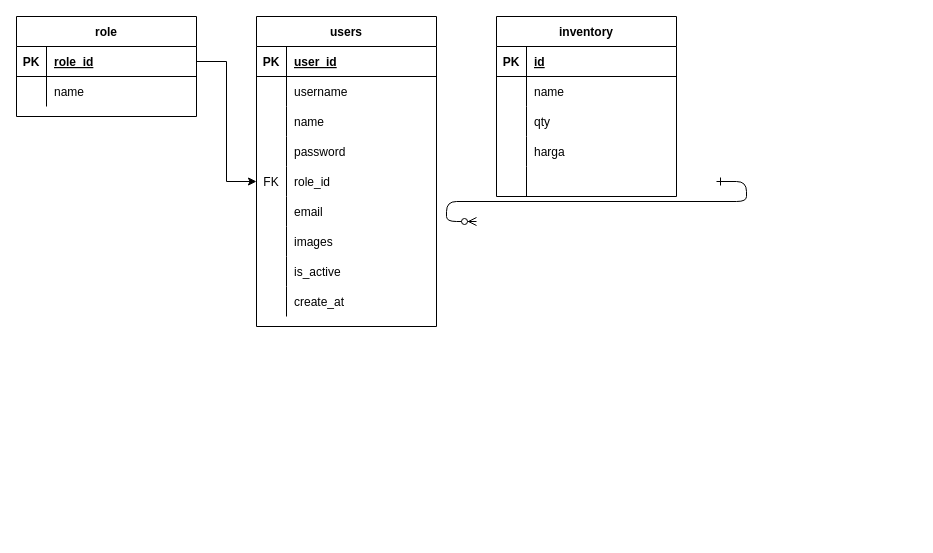
Earlier version of the draw.io diagram ERD.drawio (achrizal15/jmiapps). Source tidied: cells renumbered, new cells numbered last; positions are measured from the earlier drawing's top-left corner, leaving out a move shared by most shapes. Both pictures are drawn from the tidied source at 100%, with x=0, y=0 at pixel (16, 16).
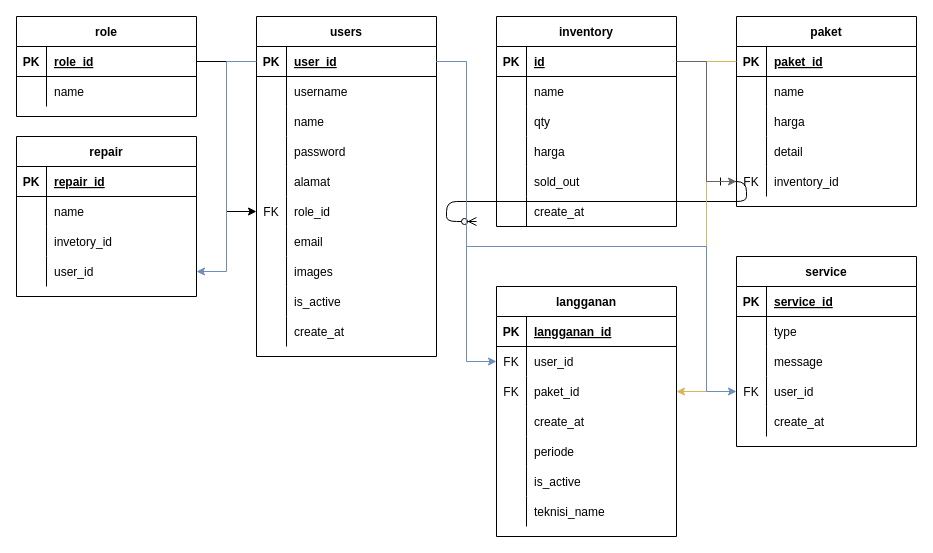
Above is the later version.

The change refers to these unchanged cells:
```xml
<mxCell id="4" style="shape=partialRectangle;fillColor=none;top=0;left=0;bottom=1;right=0;points=[[0,0.5],[1,0.5]];portConstraint=eastwest;" parent="3" vertex="1">
  <mxGeometry y="30" width="180" height="30" as="geometry" />
</mxCell>
<mxCell id="40" style="shape=partialRectangle;fillColor=none;top=0;left=0;bottom=1;right=0;points=[[0,0.5],[1,0.5]];portConstraint=eastwest;" parent="39" vertex="1">
  <mxGeometry y="30" width="180" height="30" as="geometry" />
</mxCell>
<mxCell id="52" style="shape=partialRectangle;fillColor=none;top=0;left=0;bottom=0;right=0;" parent="39" vertex="1">
  <mxGeometry y="150" width="180" height="30" as="geometry" />
</mxCell>
```

The edit, as a diff of the source:
```diff
@@
     <mxCell id="3" value="users" style="shape=table;startSize=30;childLayout=tableLayout;rowLines=0;fontStyle=1;align=center;" parent="1" vertex="1">
-      <mxGeometry x="240" width="180" height="310" as="geometry" />
+      <mxGeometry x="240" width="180" height="340" as="geometry" />
     </mxCell>
@@
+    <mxCell id="55" style="shape=partialRectangle;fillColor=none;top=0;left=0;bottom=0;right=0;" parent="3" vertex="1">
+      <mxGeometry y="150" width="180" height="30" as="geometry" />
+    </mxCell>
+    <mxCell id="56" style="shape=partialRectangle;fillColor=none;top=0;left=0;bottom=0;right=0;overflow=hidden;" parent="55" vertex="1">
+      <mxGeometry width="30" height="30" as="geometry" />
+    </mxCell>
+    <mxCell id="57" value="alamat" style="shape=partialRectangle;fillColor=none;top=0;left=0;bottom=0;right=0;align=left;spacingLeft=6;overflow=hidden;" parent="55" vertex="1">
+      <mxGeometry x="30" width="150" height="30" as="geometry" />
+    </mxCell>
     <mxCell id="16" style="shape=partialRectangle;fillColor=none;top=0;left=0;bottom=0;right=0;points=[[0,0.5],[1,0.5]];portConstraint=eastwest;" parent="3" vertex="1">
-      <mxGeometry y="150" width="180" height="30" as="geometry" />
+      <mxGeometry y="180" width="180" height="30" as="geometry" />
     </mxCell>
@@
     <mxCell id="19" style="shape=partialRectangle;fillColor=none;top=0;left=0;bottom=0;right=0;" parent="3" vertex="1">
-      <mxGeometry y="180" width="180" height="30" as="geometry" />
+      <mxGeometry y="210" width="180" height="30" as="geometry" />
     </mxCell>
@@
     <mxCell id="22" style="shape=partialRectangle;fillColor=none;top=0;left=0;bottom=0;right=0;" parent="3" vertex="1">
-      <mxGeometry y="210" width="180" height="30" as="geometry" />
+      <mxGeometry y="240" width="180" height="30" as="geometry" />
     </mxCell>
@@
     <mxCell id="25" style="shape=partialRectangle;fillColor=none;top=0;left=0;bottom=0;right=0;" parent="3" vertex="1">
-      <mxGeometry y="240" width="180" height="30" as="geometry" />
+      <mxGeometry y="270" width="180" height="30" as="geometry" />
     </mxCell>
@@
     <mxCell id="28" style="shape=partialRectangle;fillColor=none;top=0;left=0;bottom=0;right=0;" parent="3" vertex="1">
-      <mxGeometry y="270" width="180" height="30" as="geometry" />
+      <mxGeometry y="300" width="180" height="30" as="geometry" />
     </mxCell>
@@
     <mxCell id="39" value="inventory" style="shape=table;startSize=30;childLayout=tableLayout;rowLines=0;fontStyle=1;align=center;" parent="1" vertex="1">
-      <mxGeometry x="480" width="180" height="180" as="geometry" />
+      <mxGeometry x="480" width="180" height="210" as="geometry" />
     </mxCell>
@@
-    <mxCell id="54" style="shape=partialRectangle;fillColor=none;top=0;left=0;bottom=0;right=0;align=left;spacingLeft=6;overflow=hidden;" parent="52" vertex="1">
+    <mxCell id="54" value="sold_out" style="shape=partialRectangle;fillColor=none;top=0;left=0;bottom=0;right=0;align=left;spacingLeft=6;overflow=hidden;" parent="52" vertex="1">
       <mxGeometry x="30" width="150" height="30" as="geometry" />
     </mxCell>
+    <mxCell id="58" style="shape=partialRectangle;fillColor=none;top=0;left=0;bottom=0;right=0;" parent="39" vertex="1">
+      <mxGeometry y="180" width="180" height="30" as="geometry" />
+    </mxCell>
+    <mxCell id="59" style="shape=partialRectangle;fillColor=none;top=0;left=0;bottom=0;right=0;overflow=hidden;" parent="58" vertex="1">
+      <mxGeometry width="30" height="30" as="geometry" />
+    </mxCell>
+    <mxCell id="60" value="create_at" style="shape=partialRectangle;fillColor=none;top=0;left=0;bottom=0;right=0;align=left;spacingLeft=6;overflow=hidden;" parent="58" vertex="1">
+      <mxGeometry x="30" width="150" height="30" as="geometry" />
+    </mxCell>
+    <mxCell id="61" value="langganan" style="shape=table;startSize=30;childLayout=tableLayout;rowLines=0;fontStyle=1;align=center;" parent="1" vertex="1">
+      <mxGeometry x="480" y="270" width="180" height="250" as="geometry" />
+    </mxCell>
+    <mxCell id="62" style="shape=partialRectangle;fillColor=none;top=0;left=0;bottom=1;right=0;" parent="61" vertex="1">
+      <mxGeometry y="30" width="180" height="30" as="geometry" />
+    </mxCell>
+    <mxCell id="63" value="PK" style="shape=partialRectangle;fillColor=none;top=0;left=0;bottom=0;right=0;fontStyle=1;overflow=hidden;" parent="62" vertex="1">
+      <mxGeometry width="30" height="30" as="geometry" />
+    </mxCell>
+    <mxCell id="64" value="langganan_id" style="shape=partialRectangle;fillColor=none;top=0;left=0;bottom=0;right=0;align=left;spacingLeft=6;fontStyle=5;overflow=hidden;" parent="62" vertex="1">
+      <mxGeometry x="30" width="150" height="30" as="geometry" />
+    </mxCell>
+    <mxCell id="65" style="shape=partialRectangle;fillColor=none;top=0;left=0;bottom=0;right=0;points=[[0,0.5],[1,0.5]];portConstraint=eastwest;" parent="61" vertex="1">
+      <mxGeometry y="60" width="180" height="30" as="geometry" />
+    </mxCell>
+    <mxCell id="66" value="FK" style="shape=partialRectangle;fillColor=none;top=0;left=0;bottom=0;right=0;overflow=hidden;" parent="65" vertex="1">
+      <mxGeometry width="30" height="30" as="geometry" />
+    </mxCell>
+    <mxCell id="67" value="user_id" style="shape=partialRectangle;fillColor=none;top=0;left=0;bottom=0;right=0;align=left;spacingLeft=6;overflow=hidden;" parent="65" vertex="1">
+      <mxGeometry x="30" width="150" height="30" as="geometry" />
+    </mxCell>
+    <mxCell id="68" style="shape=partialRectangle;fillColor=none;top=0;left=0;bottom=0;right=0;points=[[0,0.5],[1,0.5]];portConstraint=eastwest;" parent="61" vertex="1">
+      <mxGeometry y="90" width="180" height="30" as="geometry" />
+    </mxCell>
+    <mxCell id="69" value="FK" style="shape=partialRectangle;fillColor=none;top=0;left=0;bottom=0;right=0;overflow=hidden;" parent="68" vertex="1">
+      <mxGeometry width="30" height="30" as="geometry" />
+    </mxCell>
+    <mxCell id="70" value="paket_id" style="shape=partialRectangle;fillColor=none;top=0;left=0;bottom=0;right=0;align=left;spacingLeft=6;overflow=hidden;" parent="68" vertex="1">
+      <mxGeometry x="30" width="150" height="30" as="geometry" />
+    </mxCell>
+    <mxCell id="71" style="shape=partialRectangle;fillColor=none;top=0;left=0;bottom=0;right=0;" parent="61" vertex="1">
+      <mxGeometry y="120" width="180" height="30" as="geometry" />
+    </mxCell>
+    <mxCell id="72" style="shape=partialRectangle;fillColor=none;top=0;left=0;bottom=0;right=0;overflow=hidden;" parent="71" vertex="1">
+      <mxGeometry width="30" height="30" as="geometry" />
+    </mxCell>
+    <mxCell id="73" value="create_at" style="shape=partialRectangle;fillColor=none;top=0;left=0;bottom=0;right=0;align=left;spacingLeft=6;overflow=hidden;" parent="71" vertex="1">
+      <mxGeometry x="30" width="150" height="30" as="geometry" />
+    </mxCell>
+    <mxCell id="74" style="shape=partialRectangle;fillColor=none;top=0;left=0;bottom=0;right=0;" parent="61" vertex="1">
+      <mxGeometry y="150" width="180" height="30" as="geometry" />
+    </mxCell>
+    <mxCell id="75" style="shape=partialRectangle;fillColor=none;top=0;left=0;bottom=0;right=0;overflow=hidden;" parent="74" vertex="1">
+      <mxGeometry width="30" height="30" as="geometry" />
+    </mxCell>
+    <mxCell id="76" value="periode" style="shape=partialRectangle;fillColor=none;top=0;left=0;bottom=0;right=0;align=left;spacingLeft=6;overflow=hidden;" parent="74" vertex="1">
+      <mxGeometry x="30" width="150" height="30" as="geometry" />
+    </mxCell>
+    <mxCell id="77" style="shape=partialRectangle;fillColor=none;top=0;left=0;bottom=0;right=0;" parent="61" vertex="1">
+      <mxGeometry y="180" width="180" height="30" as="geometry" />
+    </mxCell>
+    <mxCell id="78" style="shape=partialRectangle;fillColor=none;top=0;left=0;bottom=0;right=0;overflow=hidden;" parent="77" vertex="1">
+      <mxGeometry width="30" height="30" as="geometry" />
+    </mxCell>
+    <mxCell id="79" value="is_active" style="shape=partialRectangle;fillColor=none;top=0;left=0;bottom=0;right=0;align=left;spacingLeft=6;overflow=hidden;" parent="77" vertex="1">
+      <mxGeometry x="30" width="150" height="30" as="geometry" />
+    </mxCell>
+    <mxCell id="80" style="shape=partialRectangle;fillColor=none;top=0;left=0;bottom=0;right=0;" parent="61" vertex="1">
+      <mxGeometry y="210" width="180" height="30" as="geometry" />
+    </mxCell>
+    <mxCell id="81" style="shape=partialRectangle;fillColor=none;top=0;left=0;bottom=0;right=0;overflow=hidden;" parent="80" vertex="1">
+      <mxGeometry width="30" height="30" as="geometry" />
+    </mxCell>
+    <mxCell id="82" value="teknisi_name" style="shape=partialRectangle;fillColor=none;top=0;left=0;bottom=0;right=0;align=left;spacingLeft=6;overflow=hidden;" parent="80" vertex="1">
+      <mxGeometry x="30" width="150" height="30" as="geometry" />
+    </mxCell>
+    <mxCell id="83" value="paket" style="shape=table;startSize=30;childLayout=tableLayout;rowLines=0;fontStyle=1;align=center;" parent="1" vertex="1">
+      <mxGeometry x="720" width="180" height="190" as="geometry" />
+    </mxCell>
+    <mxCell id="84" style="shape=partialRectangle;fillColor=none;top=0;left=0;bottom=1;right=0;points=[[0,0.5],[1,0.5]];portConstraint=eastwest;" parent="83" vertex="1">
+      <mxGeometry y="30" width="180" height="30" as="geometry" />
+    </mxCell>
+    <mxCell id="85" value="PK" style="shape=partialRectangle;fillColor=none;top=0;left=0;bottom=0;right=0;fontStyle=1;overflow=hidden;" parent="84" vertex="1">
+      <mxGeometry width="30" height="30" as="geometry" />
+    </mxCell>
+    <mxCell id="86" value="paket_id" style="shape=partialRectangle;fillColor=none;top=0;left=0;bottom=0;right=0;align=left;spacingLeft=6;fontStyle=5;overflow=hidden;" parent="84" vertex="1">
+      <mxGeometry x="30" width="150" height="30" as="geometry" />
+    </mxCell>
+    <mxCell id="87" style="shape=partialRectangle;fillColor=none;top=0;left=0;bottom=0;right=0;" parent="83" vertex="1">
+      <mxGeometry y="60" width="180" height="30" as="geometry" />
+    </mxCell>
+    <mxCell id="88" style="shape=partialRectangle;fillColor=none;top=0;left=0;bottom=0;right=0;overflow=hidden;" parent="87" vertex="1">
+      <mxGeometry width="30" height="30" as="geometry" />
+    </mxCell>
+    <mxCell id="89" value="name" style="shape=partialRectangle;fillColor=none;top=0;left=0;bottom=0;right=0;align=left;spacingLeft=6;overflow=hidden;" parent="87" vertex="1">
+      <mxGeometry x="30" width="150" height="30" as="geometry" />
+    </mxCell>
+    <mxCell id="90" style="shape=partialRectangle;fillColor=none;top=0;left=0;bottom=0;right=0;" parent="83" vertex="1">
+      <mxGeometry y="90" width="180" height="30" as="geometry" />
+    </mxCell>
+    <mxCell id="91" style="shape=partialRectangle;fillColor=none;top=0;left=0;bottom=0;right=0;overflow=hidden;" parent="90" vertex="1">
+      <mxGeometry width="30" height="30" as="geometry" />
+    </mxCell>
+    <mxCell id="92" value="harga" style="shape=partialRectangle;fillColor=none;top=0;left=0;bottom=0;right=0;align=left;spacingLeft=6;overflow=hidden;" parent="90" vertex="1">
+      <mxGeometry x="30" width="150" height="30" as="geometry" />
+    </mxCell>
+    <mxCell id="93" style="shape=partialRectangle;fillColor=none;top=0;left=0;bottom=0;right=0;" parent="83" vertex="1">
+      <mxGeometry y="120" width="180" height="30" as="geometry" />
+    </mxCell>
+    <mxCell id="94" style="shape=partialRectangle;fillColor=none;top=0;left=0;bottom=0;right=0;overflow=hidden;" parent="93" vertex="1">
+      <mxGeometry width="30" height="30" as="geometry" />
+    </mxCell>
+    <mxCell id="95" value="detail" style="shape=partialRectangle;fillColor=none;top=0;left=0;bottom=0;right=0;align=left;spacingLeft=6;overflow=hidden;" parent="93" vertex="1">
+      <mxGeometry x="30" width="150" height="30" as="geometry" />
+    </mxCell>
+    <mxCell id="96" style="shape=partialRectangle;fillColor=none;top=0;left=0;bottom=0;right=0;points=[[0,0.5],[1,0.5]];portConstraint=eastwest;" parent="83" vertex="1">
+      <mxGeometry y="150" width="180" height="30" as="geometry" />
+    </mxCell>
+    <mxCell id="97" value="FK" style="shape=partialRectangle;fillColor=none;top=0;left=0;bottom=0;right=0;overflow=hidden;" parent="96" vertex="1">
+      <mxGeometry width="30" height="30" as="geometry" />
+    </mxCell>
+    <mxCell id="98" value="inventory_id" style="shape=partialRectangle;fillColor=none;top=0;left=0;bottom=0;right=0;align=left;spacingLeft=6;overflow=hidden;" parent="96" vertex="1">
+      <mxGeometry x="30" width="150" height="30" as="geometry" />
+    </mxCell>
+    <mxCell id="99" style="edgeStyle=orthogonalEdgeStyle;rounded=0;jettySize=auto;html=1;entryX=0;entryY=0.5;entryDx=0;entryDy=0;exitX=1;exitY=0.5;exitDx=0;exitDy=0;fillColor=#dae8fc;strokeColor=#6c8ebf;" parent="1" edge="1" source="4" target="65">
+      <mxGeometry relative="1" as="geometry" />
+    </mxCell>
+    <mxCell id="100" style="edgeStyle=orthogonalEdgeStyle;rounded=0;jettySize=auto;html=1;entryX=1;entryY=0.5;entryDx=0;entryDy=0;fillColor=#fff2cc;strokeColor=#d6b656;" parent="1" edge="1" source="84" target="68">
+      <mxGeometry relative="1" as="geometry" />
+    </mxCell>
+    <mxCell id="101" value="service" style="shape=table;startSize=30;childLayout=tableLayout;rowLines=0;fontStyle=1;align=center;" parent="1" vertex="1">
+      <mxGeometry x="720" y="240" width="180" height="190" as="geometry" />
+    </mxCell>
+    <mxCell id="102" style="shape=partialRectangle;fillColor=none;top=0;left=0;bottom=1;right=0;" parent="101" vertex="1">
+      <mxGeometry y="30" width="180" height="30" as="geometry" />
+    </mxCell>
+    <mxCell id="103" value="PK" style="shape=partialRectangle;fillColor=none;top=0;left=0;bottom=0;right=0;fontStyle=1;overflow=hidden;" parent="102" vertex="1">
+      <mxGeometry width="30" height="30" as="geometry" />
+    </mxCell>
+    <mxCell id="104" value="service_id" style="shape=partialRectangle;fillColor=none;top=0;left=0;bottom=0;right=0;align=left;spacingLeft=6;fontStyle=5;overflow=hidden;" parent="102" vertex="1">
+      <mxGeometry x="30" width="150" height="30" as="geometry" />
+    </mxCell>
+    <mxCell id="105" style="shape=partialRectangle;fillColor=none;top=0;left=0;bottom=0;right=0;" parent="101" vertex="1">
+      <mxGeometry y="60" width="180" height="30" as="geometry" />
+    </mxCell>
+    <mxCell id="106" style="shape=partialRectangle;fillColor=none;top=0;left=0;bottom=0;right=0;overflow=hidden;" parent="105" vertex="1">
+      <mxGeometry width="30" height="30" as="geometry" />
+    </mxCell>
+    <mxCell id="107" value="type" style="shape=partialRectangle;fillColor=none;top=0;left=0;bottom=0;right=0;align=left;spacingLeft=6;overflow=hidden;" parent="105" vertex="1">
+      <mxGeometry x="30" width="150" height="30" as="geometry" />
+    </mxCell>
+    <mxCell id="108" style="shape=partialRectangle;fillColor=none;top=0;left=0;bottom=0;right=0;" parent="101" vertex="1">
+      <mxGeometry y="90" width="180" height="30" as="geometry" />
+    </mxCell>
+    <mxCell id="109" style="shape=partialRectangle;fillColor=none;top=0;left=0;bottom=0;right=0;overflow=hidden;" parent="108" vertex="1">
+      <mxGeometry width="30" height="30" as="geometry" />
+    </mxCell>
+    <mxCell id="110" value="message" style="shape=partialRectangle;fillColor=none;top=0;left=0;bottom=0;right=0;align=left;spacingLeft=6;overflow=hidden;" parent="108" vertex="1">
+      <mxGeometry x="30" width="150" height="30" as="geometry" />
+    </mxCell>
+    <mxCell id="111" style="shape=partialRectangle;fillColor=none;top=0;left=0;bottom=0;right=0;" parent="101" vertex="1">
+      <mxGeometry y="120" width="180" height="30" as="geometry" />
+    </mxCell>
+    <mxCell id="112" value="FK" style="shape=partialRectangle;fillColor=none;top=0;left=0;bottom=0;right=0;overflow=hidden;" parent="111" vertex="1">
+      <mxGeometry width="30" height="30" as="geometry" />
+    </mxCell>
+    <mxCell id="113" value="user_id" style="shape=partialRectangle;fillColor=none;top=0;left=0;bottom=0;right=0;align=left;spacingLeft=6;overflow=hidden;" parent="111" vertex="1">
+      <mxGeometry x="30" width="150" height="30" as="geometry" />
+    </mxCell>
+    <mxCell id="114" style="shape=partialRectangle;fillColor=none;top=0;left=0;bottom=0;right=0;" parent="101" vertex="1">
+      <mxGeometry y="150" width="180" height="30" as="geometry" />
+    </mxCell>
+    <mxCell id="115" style="shape=partialRectangle;fillColor=none;top=0;left=0;bottom=0;right=0;overflow=hidden;" parent="114" vertex="1">
+      <mxGeometry width="30" height="30" as="geometry" />
+    </mxCell>
+    <mxCell id="116" value="create_at" style="shape=partialRectangle;fillColor=none;top=0;left=0;bottom=0;right=0;align=left;spacingLeft=6;overflow=hidden;" parent="114" vertex="1">
+      <mxGeometry x="30" width="150" height="30" as="geometry" />
+    </mxCell>
+    <mxCell id="117" style="edgeStyle=orthogonalEdgeStyle;rounded=0;jettySize=auto;html=1;fillColor=#f5f5f5;strokeColor=#666666;" parent="1" edge="1" source="40" target="96">
+      <mxGeometry relative="1" as="geometry" />
+    </mxCell>
+    <mxCell id="118" style="edgeStyle=orthogonalEdgeStyle;rounded=0;jettySize=auto;html=1;fillColor=#dae8fc;strokeColor=#6c8ebf;" parent="1" edge="1" source="4">
+      <mxGeometry relative="1" as="geometry">
+        <mxPoint x="720" y="375" as="targetPoint" />
+        <Array as="points">
+          <mxPoint x="450" y="45" />
+          <mxPoint x="450" y="230" />
+          <mxPoint x="690" y="230" />
+          <mxPoint x="690" y="375" />
+        </Array>
+      </mxGeometry>
+    </mxCell>
+    <mxCell id="119" value="repair" style="shape=table;startSize=30;childLayout=tableLayout;rowLines=0;fontStyle=1;align=center;" parent="1" vertex="1">
+      <mxGeometry y="120" width="180" height="160" as="geometry" />
+    </mxCell>
+    <mxCell id="120" style="shape=partialRectangle;fillColor=none;top=0;left=0;bottom=1;right=0;" parent="119" vertex="1">
+      <mxGeometry y="30" width="180" height="30" as="geometry" />
+    </mxCell>
+    <mxCell id="121" value="PK" style="shape=partialRectangle;fillColor=none;top=0;left=0;bottom=0;right=0;fontStyle=1;overflow=hidden;" parent="120" vertex="1">
+      <mxGeometry width="30" height="30" as="geometry" />
+    </mxCell>
+    <mxCell id="122" value="repair_id" style="shape=partialRectangle;fillColor=none;top=0;left=0;bottom=0;right=0;align=left;spacingLeft=6;fontStyle=5;overflow=hidden;" parent="120" vertex="1">
+      <mxGeometry x="30" width="150" height="30" as="geometry" />
+    </mxCell>
+    <mxCell id="123" style="shape=partialRectangle;fillColor=none;top=0;left=0;bottom=0;right=0;" parent="119" vertex="1">
+      <mxGeometry y="60" width="180" height="30" as="geometry" />
+    </mxCell>
+    <mxCell id="124" style="shape=partialRectangle;fillColor=none;top=0;left=0;bottom=0;right=0;overflow=hidden;" parent="123" vertex="1">
+      <mxGeometry width="30" height="30" as="geometry" />
+    </mxCell>
+    <mxCell id="125" value="name" style="shape=partialRectangle;fillColor=none;top=0;left=0;bottom=0;right=0;align=left;spacingLeft=6;overflow=hidden;" parent="123" vertex="1">
+      <mxGeometry x="30" width="150" height="30" as="geometry" />
+    </mxCell>
+    <mxCell id="126" style="shape=partialRectangle;fillColor=none;top=0;left=0;bottom=0;right=0;" parent="119" vertex="1">
+      <mxGeometry y="90" width="180" height="30" as="geometry" />
+    </mxCell>
+    <mxCell id="127" style="shape=partialRectangle;fillColor=none;top=0;left=0;bottom=0;right=0;overflow=hidden;" parent="126" vertex="1">
+      <mxGeometry width="30" height="30" as="geometry" />
+    </mxCell>
+    <mxCell id="128" value="invetory_id" style="shape=partialRectangle;fillColor=none;top=0;left=0;bottom=0;right=0;align=left;spacingLeft=6;overflow=hidden;" parent="126" vertex="1">
+      <mxGeometry x="30" width="150" height="30" as="geometry" />
+    </mxCell>
+    <mxCell id="129" style="shape=partialRectangle;fillColor=none;top=0;left=0;bottom=0;right=0;points=[[0,0.5],[1,0.5]];portConstraint=eastwest;" parent="119" vertex="1">
+      <mxGeometry y="120" width="180" height="30" as="geometry" />
+    </mxCell>
+    <mxCell id="130" style="shape=partialRectangle;fillColor=none;top=0;left=0;bottom=0;right=0;overflow=hidden;" parent="129" vertex="1">
+      <mxGeometry width="30" height="30" as="geometry" />
+    </mxCell>
+    <mxCell id="131" value="user_id" style="shape=partialRectangle;fillColor=none;top=0;left=0;bottom=0;right=0;align=left;spacingLeft=6;overflow=hidden;" parent="129" vertex="1">
+      <mxGeometry x="30" width="150" height="30" as="geometry" />
+    </mxCell>
+    <mxCell id="132" style="edgeStyle=orthogonalEdgeStyle;rounded=0;jettySize=auto;html=1;entryX=1;entryY=0.5;entryDx=0;entryDy=0;fillColor=#dae8fc;strokeColor=#6c8ebf;" parent="1" edge="1" source="4" target="129">
+      <mxGeometry relative="1" as="geometry" />
+    </mxCell>
```
